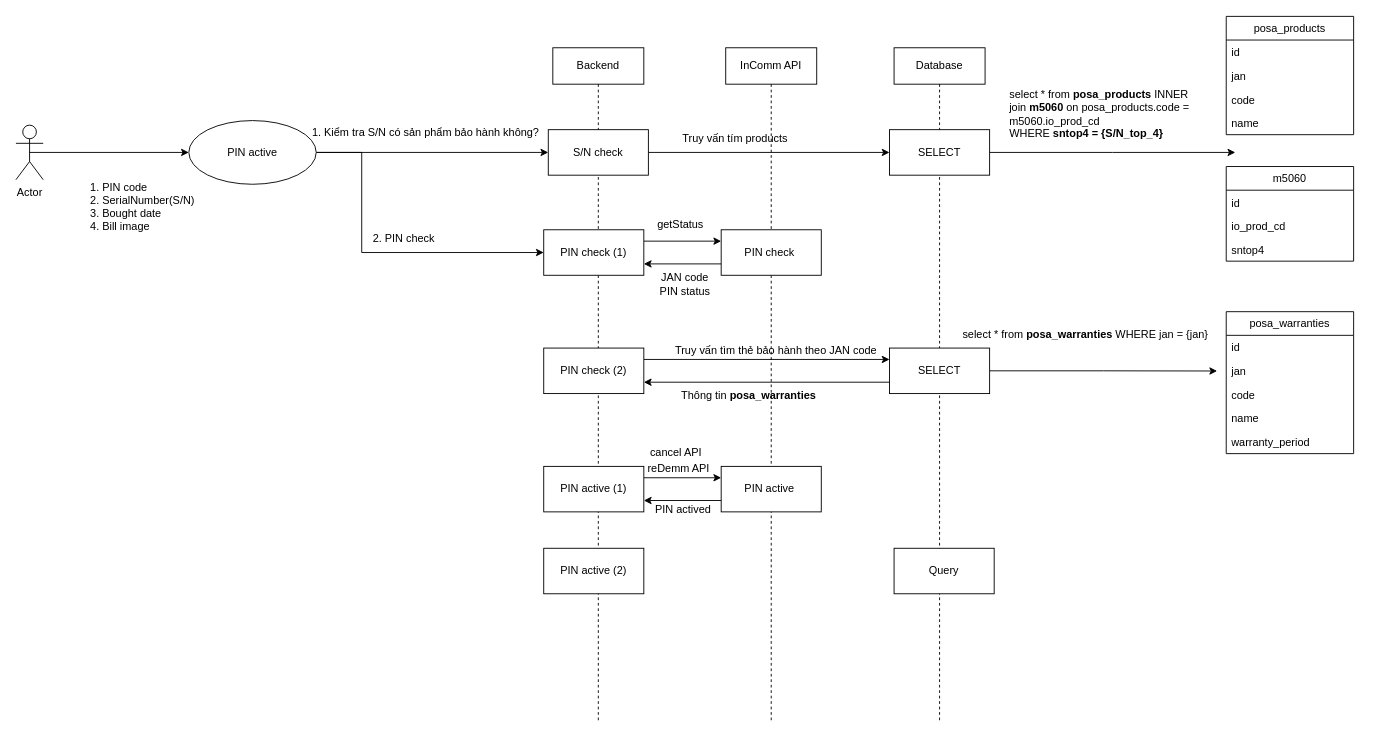
Above: page "PIN active" (2 of 2) of POSA.drawio in hoangpn256/diagram (draw.io), before the change. Source tidied: cells renumbered, new cells numbered last; positions are measured from the earlier drawing's top-left corner, leaving out a move shared by most shapes. Both pictures are drawn from the tidied source at 91%, with x=0, y=0 at pixel (15, 16).
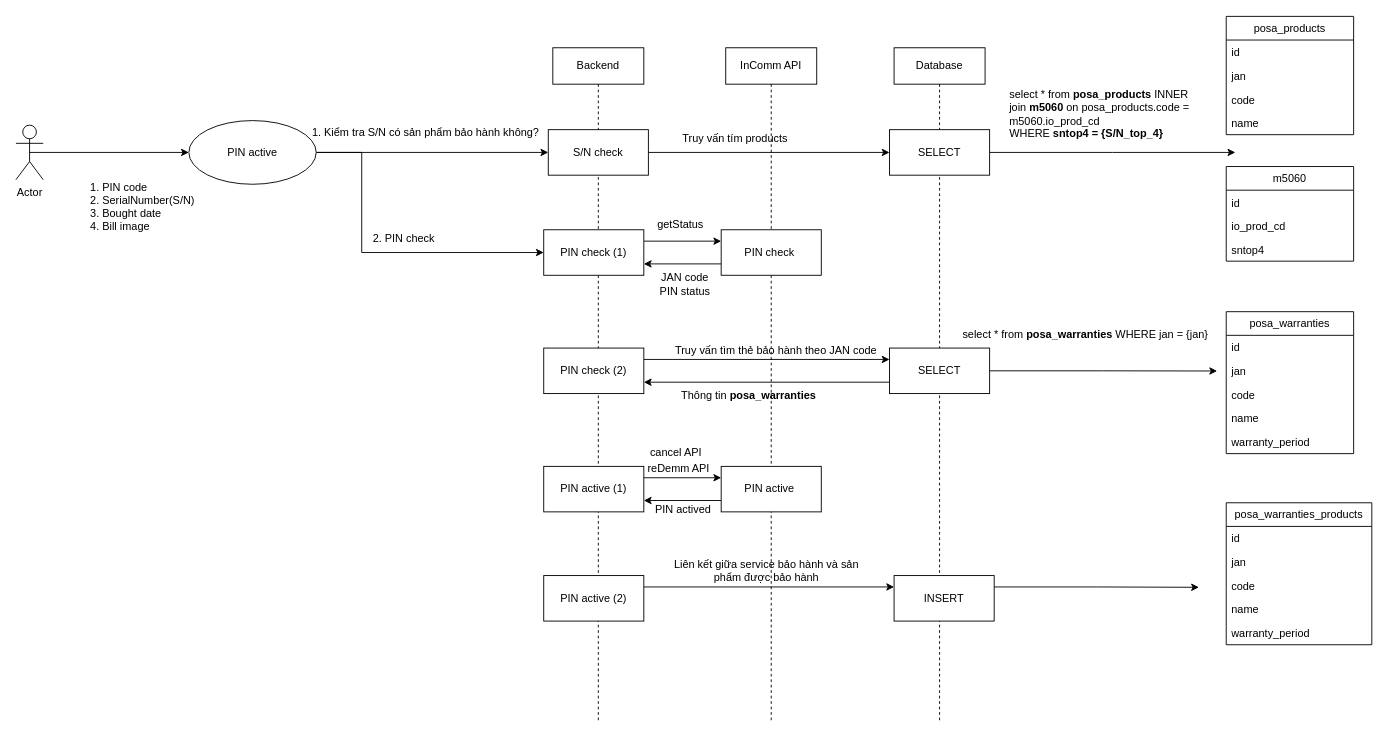
The same page after the edit.

Commit message:
Cập nhật POSA.drawio

What changed in the source:
```diff
@@
+    <mxCell id="57" style="edgeStyle=orthogonalEdgeStyle;rounded=0;jettySize=auto;html=1;exitX=1;exitY=0.25;exitDx=0;exitDy=0;entryX=0;entryY=0.25;entryDx=0;entryDy=0;" parent="1" edge="1" source="55" target="56">
+      <mxGeometry relative="1" as="geometry" />
+    </mxCell>
     <mxCell id="55" value="PIN active (2)" style="html=1;whiteSpace=wrap;" parent="1" vertex="1">
-      <mxGeometry x="580" y="584" width="110" height="50" as="geometry" />
+      <mxGeometry x="580" y="614" width="110" height="50" as="geometry" />
     </mxCell>
+    <mxCell id="58" style="edgeStyle=orthogonalEdgeStyle;rounded=0;jettySize=auto;html=1;exitX=1;exitY=0.25;exitDx=0;exitDy=0;" parent="1" edge="1" source="56">
+      <mxGeometry relative="1" as="geometry">
+        <mxPoint x="1300" y="626.9" as="targetPoint" />
+      </mxGeometry>
+    </mxCell>
-    <mxCell id="56" value="Query" style="html=1;whiteSpace=wrap;" parent="1" vertex="1">
-      <mxGeometry x="965" y="584" width="110" height="50" as="geometry" />
+    <mxCell id="56" value="INSERT" style="html=1;whiteSpace=wrap;" parent="1" vertex="1">
+      <mxGeometry x="965" y="614" width="110" height="50" as="geometry" />
     </mxCell>
+    <mxCell id="59" value="Liên kết giữa service bảo hành và sản phẩm được bảo hành" style="text;html=1;strokeColor=none;fillColor=none;align=center;verticalAlign=middle;whiteSpace=wrap;rounded=0;" parent="1" vertex="1">
+      <mxGeometry x="720" y="594" width="210" height="30" as="geometry" />
+    </mxCell>
+    <mxCell id="60" value="posa_warranties_products" style="swimlane;fontStyle=0;horizontal=1;startSize=26;fillColor=none;whiteSpace=wrap;html=1;" parent="1" vertex="1">
+      <mxGeometry x="1330" y="534" width="160" height="156" as="geometry" />
+    </mxCell>
+    <mxCell id="61" value="id" style="text;strokeColor=none;fillColor=none;align=left;verticalAlign=top;spacingLeft=4;spacingRight=4;overflow=hidden;whiteSpace=wrap;html=1;" parent="60" vertex="1">
+      <mxGeometry y="26" width="160" height="26" as="geometry" />
+    </mxCell>
+    <mxCell id="62" value="jan" style="text;strokeColor=none;fillColor=none;align=left;verticalAlign=top;spacingLeft=4;spacingRight=4;overflow=hidden;whiteSpace=wrap;html=1;" parent="60" vertex="1">
+      <mxGeometry y="52" width="160" height="26" as="geometry" />
+    </mxCell>
+    <mxCell id="63" value="code" style="text;strokeColor=none;fillColor=none;align=left;verticalAlign=top;spacingLeft=4;spacingRight=4;overflow=hidden;whiteSpace=wrap;html=1;" parent="60" vertex="1">
+      <mxGeometry y="78" width="160" height="26" as="geometry" />
+    </mxCell>
+    <mxCell id="64" value="name" style="text;strokeColor=none;fillColor=none;align=left;verticalAlign=top;spacingLeft=4;spacingRight=4;overflow=hidden;whiteSpace=wrap;html=1;" parent="60" vertex="1">
+      <mxGeometry y="104" width="160" height="26" as="geometry" />
+    </mxCell>
+    <mxCell id="65" value="warranty_period" style="text;strokeColor=none;fillColor=none;align=left;verticalAlign=top;spacingLeft=4;spacingRight=4;overflow=hidden;whiteSpace=wrap;html=1;" parent="60" vertex="1">
+      <mxGeometry y="130" width="160" height="26" as="geometry" />
+    </mxCell>
```
